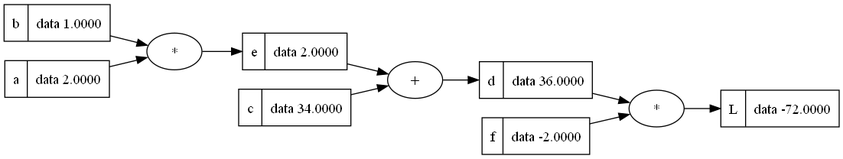
The Graphviz diagram automatic-gradient-engine/Digraph.gv.png in drew-worden/gptfs, before a commit. Its source is kept beside it as automatic-gradient-engine/Digraph.gv. Its diagram source:
```dot
digraph {
	graph [rankdir=LR]
	2239823958608 [label="{b | data 1.0000}" shape=record]
	2237678921936 [label="{d | data 36.0000}" shape=record]
	"2237678921936+" [label="+"]
	"2237678921936+" -> 2237678921936
	2237678898448 [label="{L | data -72.0000}" shape=record]
	"2237678898448*" [label="*"]
	"2237678898448*" -> 2237678898448
	2239393102096 [label="{c | data 34.0000}" shape=record]
	2239393102160 [label="{a | data 2.0000}" shape=record]
	2237678930832 [label="{e | data 2.0000}" shape=record]
	"2237678930832*" [label="*"]
	"2237678930832*" -> 2237678930832
	2239393096144 [label="{f | data -2.0000}" shape=record]
	2237678930832 -> "2237678921936+"
	2239393096144 -> "2237678898448*"
	2239823958608 -> "2237678930832*"
	2239393102096 -> "2237678921936+"
	2239393102160 -> "2237678930832*"
	2237678921936 -> "2237678898448*"
}
```
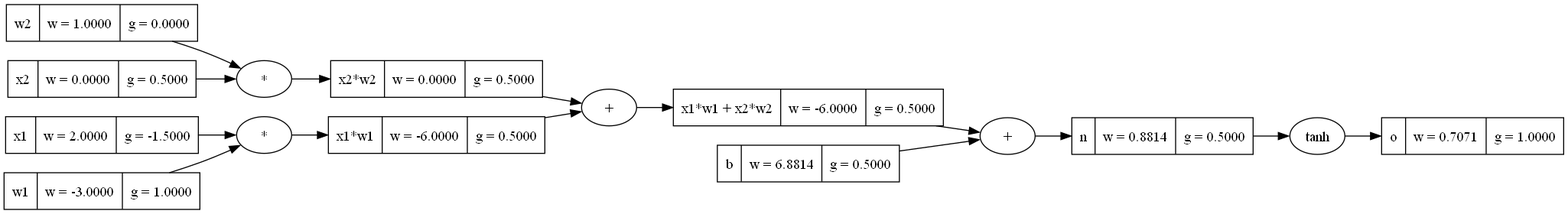
After the change.

Commit message:
Added backpropagation using topological sort.

What changed in the source:
```diff
@@ -1,22 +1,32 @@
 digraph {
 	graph [rankdir=LR]
-	2239823958608 [label="{b | data 1.0000}" shape=record]
-	2237678921936 [label="{d | data 36.0000}" shape=record]
-	"2237678921936+" [label="+"]
-	"2237678921936+" -> 2237678921936
-	2237678898448 [label="{L | data -72.0000}" shape=record]
-	"2237678898448*" [label="*"]
-	"2237678898448*" -> 2237678898448
-	2239393102096 [label="{c | data 34.0000}" shape=record]
-	2239393102160 [label="{a | data 2.0000}" shape=record]
-	2237678930832 [label="{e | data 2.0000}" shape=record]
-	"2237678930832*" [label="*"]
-	"2237678930832*" -> 2237678930832
-	2239393096144 [label="{f | data -2.0000}" shape=record]
-	2237678930832 -> "2237678921936+"
-	2239393096144 -> "2237678898448*"
-	2239823958608 -> "2237678930832*"
-	2239393102096 -> "2237678921936+"
-	2239393102160 -> "2237678930832*"
-	2237678921936 -> "2237678898448*"
+	2204272011792 [label="{w2 | w = 1.0000 | g = 0.0000}" shape=record]
+	2204272405584 [label="{n | w = 0.8814 | g = 0.5000}" shape=record]
+	"2204272405584+" [label="+"]
+	"2204272405584+" -> 2204272405584
+	2204267888272 [label="{x1*w1 | w = -6.0000 | g = 0.5000}" shape=record]
+	"2204267888272*" [label="*"]
+	"2204267888272*" -> 2204267888272
+	2203838686864 [label="{x1 | w = 2.0000 | g = -1.5000}" shape=record]
+	2204272406224 [label="{o | w = 0.7071 | g = 1.0000}" shape=record]
+	"2204272406224tanh" [label=tanh]
+	"2204272406224tanh" -> 2204272406224
+	2203838685904 [label="{x2 | w = 0.0000 | g = 0.5000}" shape=record]
+	2204271497488 [label="{x1*w1 + x2*w2 | w = -6.0000 | g = 0.5000}" shape=record]
+	"2204271497488+" [label="+"]
+	"2204271497488+" -> 2204271497488
+	2203838677264 [label="{w1 | w = -3.0000 | g = 1.0000}" shape=record]
+	2204267817744 [label="{b | w = 6.8814 | g = 0.5000}" shape=record]
+	2204271496144 [label="{x2*w2 | w = 0.0000 | g = 0.5000}" shape=record]
+	"2204271496144*" [label="*"]
+	"2204271496144*" -> 2204271496144
+	2204271497488 -> "2204272405584+"
+	2203838677264 -> "2204267888272*"
+	2204271496144 -> "2204271497488+"
+	2204267888272 -> "2204271497488+"
+	2204272405584 -> "2204272406224tanh"
+	2204267817744 -> "2204272405584+"
+	2203838685904 -> "2204271496144*"
+	2203838686864 -> "2204267888272*"
+	2204272011792 -> "2204271496144*"
 }
```
